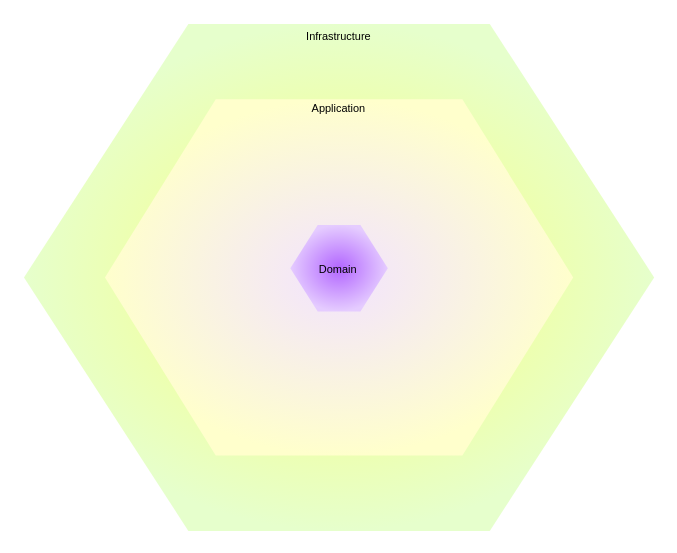
position-pal/Documentation keeps this draw.io diagram as page "Page-3" (3 of 3) of content/schemas/architecture.drawio. Above is the earlier version. Source tidied: cells renumbered, new cells numbered last; positions are measured from the earlier drawing's top-left corner, leaving out a move shared by most shapes. Both pictures are drawn from the tidied source at 137%, with x=0, y=0 at pixel (23, 23).
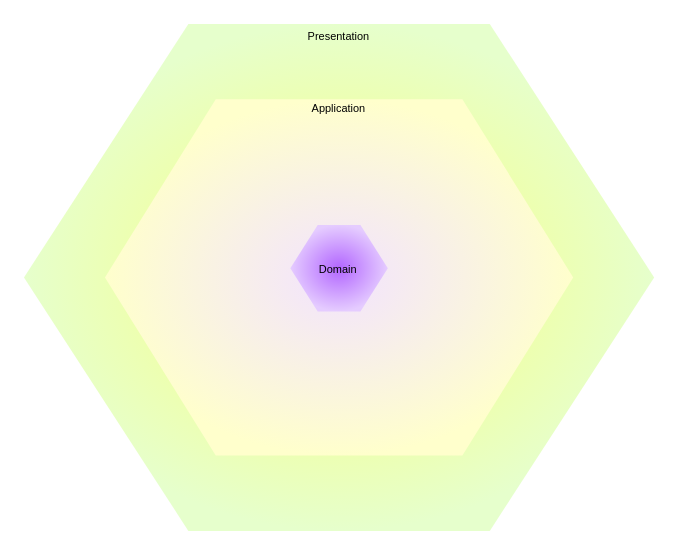
The same page after the edit.

What changed in the source:
```diff
@@
 <mxGraphModel>
   <root>
     <mxCell id="0" />
     <mxCell id="1" parent="0" />
-    <mxCell id="2" value="&lt;font style=&quot;font-size: 8px;&quot;&gt;Infrastructure&lt;/font&gt;&lt;div style=&quot;font-size: 8px;&quot;&gt;&lt;font style=&quot;font-size: 8px;&quot;&gt;&lt;br&gt;&lt;/font&gt;&lt;/div&gt;&lt;div style=&quot;font-size: 8px;&quot;&gt;&lt;font style=&quot;font-size: 8px;&quot;&gt;&lt;br&gt;&lt;/font&gt;&lt;/div&gt;&lt;div style=&quot;font-size: 8px;&quot;&gt;&lt;font style=&quot;font-size: 8px;&quot;&gt;&lt;br&gt;&lt;/font&gt;&lt;/div&gt;&lt;div style=&quot;font-size: 8px;&quot;&gt;&lt;font style=&quot;font-size: 8px;&quot;&gt;&lt;br&gt;&lt;/font&gt;&lt;/div&gt;&lt;div style=&quot;font-size: 8px;&quot;&gt;&lt;font style=&quot;font-size: 8px;&quot;&gt;&lt;br&gt;&lt;/font&gt;&lt;/div&gt;&lt;div style=&quot;font-size: 8px;&quot;&gt;&lt;font style=&quot;font-size: 8px;&quot;&gt;&lt;br&gt;&lt;/font&gt;&lt;/div&gt;&lt;div style=&quot;font-size: 8px;&quot;&gt;&lt;font style=&quot;font-size: 8px;&quot;&gt;&lt;br&gt;&lt;/font&gt;&lt;/div&gt;&lt;div style=&quot;font-size: 8px;&quot;&gt;&lt;font style=&quot;font-size: 8px;&quot;&gt;&lt;br&gt;&lt;/font&gt;&lt;/div&gt;&lt;div style=&quot;font-size: 8px;&quot;&gt;&lt;font style=&quot;font-size: 8px;&quot;&gt;&lt;br&gt;&lt;/font&gt;&lt;/div&gt;&lt;div style=&quot;font-size: 8px;&quot;&gt;&lt;font style=&quot;font-size: 8px;&quot;&gt;&lt;br&gt;&lt;/font&gt;&lt;/div&gt;&lt;div style=&quot;font-size: 8px;&quot;&gt;&lt;font style=&quot;font-size: 8px;&quot;&gt;&lt;br&gt;&lt;/font&gt;&lt;/div&gt;&lt;div style=&quot;font-size: 8px;&quot;&gt;&lt;font style=&quot;font-size: 8px;&quot;&gt;&lt;br&gt;&lt;/font&gt;&lt;/div&gt;&lt;div style=&quot;font-size: 8px;&quot;&gt;&lt;font style=&quot;font-size: 8px;&quot;&gt;&lt;br&gt;&lt;/font&gt;&lt;/div&gt;&lt;div style=&quot;font-size: 8px;&quot;&gt;&lt;font style=&quot;font-size: 8px;&quot;&gt;&lt;br&gt;&lt;/font&gt;&lt;/div&gt;&lt;div style=&quot;font-size: 8px;&quot;&gt;&lt;font style=&quot;font-size: 8px;&quot;&gt;&lt;br&gt;&lt;/font&gt;&lt;/div&gt;&lt;div style=&quot;font-size: 8px;&quot;&gt;&lt;font style=&quot;font-size: 8px;&quot;&gt;&lt;br&gt;&lt;/font&gt;&lt;/div&gt;&lt;div style=&quot;font-size: 8px;&quot;&gt;&lt;font style=&quot;font-size: 8px;&quot;&gt;&lt;br&gt;&lt;/font&gt;&lt;/div&gt;&lt;div style=&quot;font-size: 8px;&quot;&gt;&lt;font style=&quot;font-size: 8px;&quot;&gt;&lt;br&gt;&lt;/font&gt;&lt;/div&gt;&lt;div style=&quot;font-size: 8px;&quot;&gt;&lt;font style=&quot;font-size: 8px;&quot;&gt;&lt;br&gt;&lt;/font&gt;&lt;/div&gt;&lt;div style=&quot;font-size: 8px;&quot;&gt;&lt;br&gt;&lt;/div&gt;&lt;div style=&quot;font-size: 8px;&quot;&gt;&lt;br&gt;&lt;/div&gt;&lt;div style=&quot;font-size: 8px;&quot;&gt;&lt;br&gt;&lt;/div&gt;&lt;div style=&quot;font-size: 8px;&quot;&gt;&lt;br&gt;&lt;/div&gt;&lt;div style=&quot;font-size: 8px;&quot;&gt;&lt;br&gt;&lt;/div&gt;&lt;div style=&quot;font-size: 8px;&quot;&gt;&lt;br&gt;&lt;/div&gt;&lt;div style=&quot;font-size: 8px;&quot;&gt;&lt;br&gt;&lt;/div&gt;&lt;div style=&quot;font-size: 8px;&quot;&gt;&lt;br&gt;&lt;/div&gt;&lt;div style=&quot;font-size: 8px;&quot;&gt;&lt;br&gt;&lt;/div&gt;&lt;div style=&quot;font-size: 8px;&quot;&gt;&lt;br&gt;&lt;/div&gt;&lt;div style=&quot;font-size: 8px;&quot;&gt;&lt;br&gt;&lt;/div&gt;&lt;div style=&quot;font-size: 8px;&quot;&gt;&lt;br&gt;&lt;/div&gt;&lt;div style=&quot;font-size: 8px;&quot;&gt;&lt;br&gt;&lt;/div&gt;&lt;div style=&quot;font-size: 8px;&quot;&gt;&lt;br&gt;&lt;/div&gt;&lt;div style=&quot;font-size: 8px;&quot;&gt;&lt;br&gt;&lt;/div&gt;&lt;div style=&quot;font-size: 8px;&quot;&gt;&lt;br&gt;&lt;/div&gt;&lt;div style=&quot;font-size: 8px;&quot;&gt;&lt;br&gt;&lt;/div&gt;&lt;div style=&quot;font-size: 8px;&quot;&gt;&lt;br&gt;&lt;/div&gt;" style="shape=hexagon;perimeter=hexagonPerimeter2;whiteSpace=wrap;html=1;fixedSize=1;size=120;gradientColor=#E6FFCC;fillColor=#FBFF7A;gradientDirection=radial;strokeColor=none;shadow=0;" parent="1" vertex="1">
+    <mxCell id="2" value="&lt;font style=&quot;font-size: 8px;&quot;&gt;Presentation&lt;/font&gt;&lt;div style=&quot;font-size: 8px;&quot;&gt;&lt;font style=&quot;font-size: 8px;&quot;&gt;&lt;br&gt;&lt;/font&gt;&lt;/div&gt;&lt;div style=&quot;font-size: 8px;&quot;&gt;&lt;font style=&quot;font-size: 8px;&quot;&gt;&lt;br&gt;&lt;/font&gt;&lt;/div&gt;&lt;div style=&quot;font-size: 8px;&quot;&gt;&lt;font style=&quot;font-size: 8px;&quot;&gt;&lt;br&gt;&lt;/font&gt;&lt;/div&gt;&lt;div style=&quot;font-size: 8px;&quot;&gt;&lt;font style=&quot;font-size: 8px;&quot;&gt;&lt;br&gt;&lt;/font&gt;&lt;/div&gt;&lt;div style=&quot;font-size: 8px;&quot;&gt;&lt;font style=&quot;font-size: 8px;&quot;&gt;&lt;br&gt;&lt;/font&gt;&lt;/div&gt;&lt;div style=&quot;font-size: 8px;&quot;&gt;&lt;font style=&quot;font-size: 8px;&quot;&gt;&lt;br&gt;&lt;/font&gt;&lt;/div&gt;&lt;div style=&quot;font-size: 8px;&quot;&gt;&lt;font style=&quot;font-size: 8px;&quot;&gt;&lt;br&gt;&lt;/font&gt;&lt;/div&gt;&lt;div style=&quot;font-size: 8px;&quot;&gt;&lt;font style=&quot;font-size: 8px;&quot;&gt;&lt;br&gt;&lt;/font&gt;&lt;/div&gt;&lt;div style=&quot;font-size: 8px;&quot;&gt;&lt;font style=&quot;font-size: 8px;&quot;&gt;&lt;br&gt;&lt;/font&gt;&lt;/div&gt;&lt;div style=&quot;font-size: 8px;&quot;&gt;&lt;font style=&quot;font-size: 8px;&quot;&gt;&lt;br&gt;&lt;/font&gt;&lt;/div&gt;&lt;div style=&quot;font-size: 8px;&quot;&gt;&lt;font style=&quot;font-size: 8px;&quot;&gt;&lt;br&gt;&lt;/font&gt;&lt;/div&gt;&lt;div style=&quot;font-size: 8px;&quot;&gt;&lt;font style=&quot;font-size: 8px;&quot;&gt;&lt;br&gt;&lt;/font&gt;&lt;/div&gt;&lt;div style=&quot;font-size: 8px;&quot;&gt;&lt;font style=&quot;font-size: 8px;&quot;&gt;&lt;br&gt;&lt;/font&gt;&lt;/div&gt;&lt;div style=&quot;font-size: 8px;&quot;&gt;&lt;font style=&quot;font-size: 8px;&quot;&gt;&lt;br&gt;&lt;/font&gt;&lt;/div&gt;&lt;div style=&quot;font-size: 8px;&quot;&gt;&lt;font style=&quot;font-size: 8px;&quot;&gt;&lt;br&gt;&lt;/font&gt;&lt;/div&gt;&lt;div style=&quot;font-size: 8px;&quot;&gt;&lt;font style=&quot;font-size: 8px;&quot;&gt;&lt;br&gt;&lt;/font&gt;&lt;/div&gt;&lt;div style=&quot;font-size: 8px;&quot;&gt;&lt;font style=&quot;font-size: 8px;&quot;&gt;&lt;br&gt;&lt;/font&gt;&lt;/div&gt;&lt;div style=&quot;font-size: 8px;&quot;&gt;&lt;font style=&quot;font-size: 8px;&quot;&gt;&lt;br&gt;&lt;/font&gt;&lt;/div&gt;&lt;div style=&quot;font-size: 8px;&quot;&gt;&lt;font style=&quot;font-size: 8px;&quot;&gt;&lt;br&gt;&lt;/font&gt;&lt;/div&gt;&lt;div style=&quot;font-size: 8px;&quot;&gt;&lt;br&gt;&lt;/div&gt;&lt;div style=&quot;font-size: 8px;&quot;&gt;&lt;br&gt;&lt;/div&gt;&lt;div style=&quot;font-size: 8px;&quot;&gt;&lt;br&gt;&lt;/div&gt;&lt;div style=&quot;font-size: 8px;&quot;&gt;&lt;br&gt;&lt;/div&gt;&lt;div style=&quot;font-size: 8px;&quot;&gt;&lt;br&gt;&lt;/div&gt;&lt;div style=&quot;font-size: 8px;&quot;&gt;&lt;br&gt;&lt;/div&gt;&lt;div style=&quot;font-size: 8px;&quot;&gt;&lt;br&gt;&lt;/div&gt;&lt;div style=&quot;font-size: 8px;&quot;&gt;&lt;br&gt;&lt;/div&gt;&lt;div style=&quot;font-size: 8px;&quot;&gt;&lt;br&gt;&lt;/div&gt;&lt;div style=&quot;font-size: 8px;&quot;&gt;&lt;br&gt;&lt;/div&gt;&lt;div style=&quot;font-size: 8px;&quot;&gt;&lt;br&gt;&lt;/div&gt;&lt;div style=&quot;font-size: 8px;&quot;&gt;&lt;br&gt;&lt;/div&gt;&lt;div style=&quot;font-size: 8px;&quot;&gt;&lt;br&gt;&lt;/div&gt;&lt;div style=&quot;font-size: 8px;&quot;&gt;&lt;br&gt;&lt;/div&gt;&lt;div style=&quot;font-size: 8px;&quot;&gt;&lt;br&gt;&lt;/div&gt;&lt;div style=&quot;font-size: 8px;&quot;&gt;&lt;br&gt;&lt;/div&gt;&lt;div style=&quot;font-size: 8px;&quot;&gt;&lt;br&gt;&lt;/div&gt;&lt;div style=&quot;font-size: 8px;&quot;&gt;&lt;br&gt;&lt;/div&gt;" style="shape=hexagon;perimeter=hexagonPerimeter2;whiteSpace=wrap;html=1;fixedSize=1;size=120;gradientColor=#E6FFCC;fillColor=#FBFF7A;gradientDirection=radial;strokeColor=none;shadow=0;" parent="1" vertex="1">
       <mxGeometry width="460" height="370" as="geometry" />
     </mxCell>
     <mxCell id="3" value="&lt;font style=&quot;font-size: 8px;&quot;&gt;Application&lt;/font&gt;&lt;div style=&quot;font-size: 8px;&quot;&gt;&lt;font style=&quot;font-size: 8px;&quot;&gt;&lt;br&gt;&lt;/font&gt;&lt;/div&gt;&lt;div style=&quot;font-size: 8px;&quot;&gt;&lt;font style=&quot;font-size: 8px;&quot;&gt;&lt;br&gt;&lt;/font&gt;&lt;/div&gt;&lt;div style=&quot;font-size: 8px;&quot;&gt;&lt;font style=&quot;font-size: 8px;&quot;&gt;&lt;br&gt;&lt;/font&gt;&lt;/div&gt;&lt;div style=&quot;font-size: 8px;&quot;&gt;&lt;font style=&quot;font-size: 8px;&quot;&gt;&lt;br&gt;&lt;/font&gt;&lt;/div&gt;&lt;div style=&quot;font-size: 8px;&quot;&gt;&lt;font style=&quot;font-size: 8px;&quot;&gt;&lt;br&gt;&lt;/font&gt;&lt;/div&gt;&lt;div style=&quot;font-size: 8px;&quot;&gt;&lt;font style=&quot;font-size: 8px;&quot;&gt;&lt;br&gt;&lt;/font&gt;&lt;/div&gt;&lt;div style=&quot;font-size: 8px;&quot;&gt;&lt;font style=&quot;font-size: 8px;&quot;&gt;&lt;br&gt;&lt;/font&gt;&lt;/div&gt;&lt;div style=&quot;font-size: 8px;&quot;&gt;&lt;font style=&quot;font-size: 8px;&quot;&gt;&lt;br&gt;&lt;/font&gt;&lt;/div&gt;&lt;div style=&quot;font-size: 8px;&quot;&gt;&lt;font style=&quot;font-size: 8px;&quot;&gt;&lt;br&gt;&lt;/font&gt;&lt;/div&gt;&lt;div style=&quot;font-size: 8px;&quot;&gt;&lt;font style=&quot;font-size: 8px;&quot;&gt;&lt;br&gt;&lt;/font&gt;&lt;/div&gt;&lt;div style=&quot;font-size: 8px;&quot;&gt;&lt;font style=&quot;font-size: 8px;&quot;&gt;&lt;br&gt;&lt;/font&gt;&lt;/div&gt;&lt;div style=&quot;font-size: 8px;&quot;&gt;&lt;font style=&quot;font-size: 8px;&quot;&gt;&lt;br&gt;&lt;/font&gt;&lt;/div&gt;&lt;div style=&quot;font-size: 8px;&quot;&gt;&lt;font style=&quot;font-size: 8px;&quot;&gt;&lt;br&gt;&lt;/font&gt;&lt;/div&gt;&lt;div style=&quot;font-size: 8px;&quot;&gt;&lt;font style=&quot;font-size: 8px;&quot;&gt;&lt;br&gt;&lt;/font&gt;&lt;/div&gt;&lt;div style=&quot;font-size: 8px;&quot;&gt;&lt;font style=&quot;font-size: 8px;&quot;&gt;&lt;br&gt;&lt;/font&gt;&lt;/div&gt;&lt;div style=&quot;font-size: 8px;&quot;&gt;&lt;br&gt;&lt;/div&gt;&lt;div style=&quot;font-size: 8px;&quot;&gt;&lt;br&gt;&lt;/div&gt;&lt;div style=&quot;font-size: 8px;&quot;&gt;&lt;br&gt;&lt;/div&gt;&lt;div style=&quot;font-size: 8px;&quot;&gt;&lt;br&gt;&lt;/div&gt;&lt;div style=&quot;font-size: 8px;&quot;&gt;&lt;br&gt;&lt;/div&gt;&lt;div style=&quot;font-size: 8px;&quot;&gt;&lt;br&gt;&lt;/div&gt;&lt;div style=&quot;font-size: 8px;&quot;&gt;&lt;br&gt;&lt;/div&gt;&lt;div style=&quot;font-size: 8px;&quot;&gt;&lt;br&gt;&lt;/div&gt;&lt;div style=&quot;font-size: 8px;&quot;&gt;&lt;br&gt;&lt;/div&gt;&lt;div style=&quot;font-size: 8px;&quot;&gt;&lt;br&gt;&lt;/div&gt;&lt;div style=&quot;font-size: 8px;&quot;&gt;&lt;br&gt;&lt;/div&gt;" style="shape=hexagon;perimeter=hexagonPerimeter2;whiteSpace=wrap;html=1;fixedSize=1;size=80.88999999999987;gradientColor=#FFFFCC;fillColor=#F2E3FF;gradientDirection=radial;strokeColor=none;" parent="1" vertex="1">
       <mxGeometry x="59.1" y="55" width="341.8" height="260" as="geometry" />
     </mxCell>
     <mxCell id="4" value="&lt;div&gt;&lt;font style=&quot;font-size: 8px;&quot;&gt;Domain&lt;/font&gt;&lt;/div&gt;" style="shape=hexagon;perimeter=hexagonPerimeter2;whiteSpace=wrap;html=1;fixedSize=1;size=20.000000000000227;gradientColor=#E5CCFF;fillColor=#B266FF;gradientDirection=radial;strokeColor=none;" parent="1" vertex="1">
       <mxGeometry x="194.4" y="146.8" width="71.2" height="63" as="geometry" />
     </mxCell>
   </root>
 </mxGraphModel>
```
